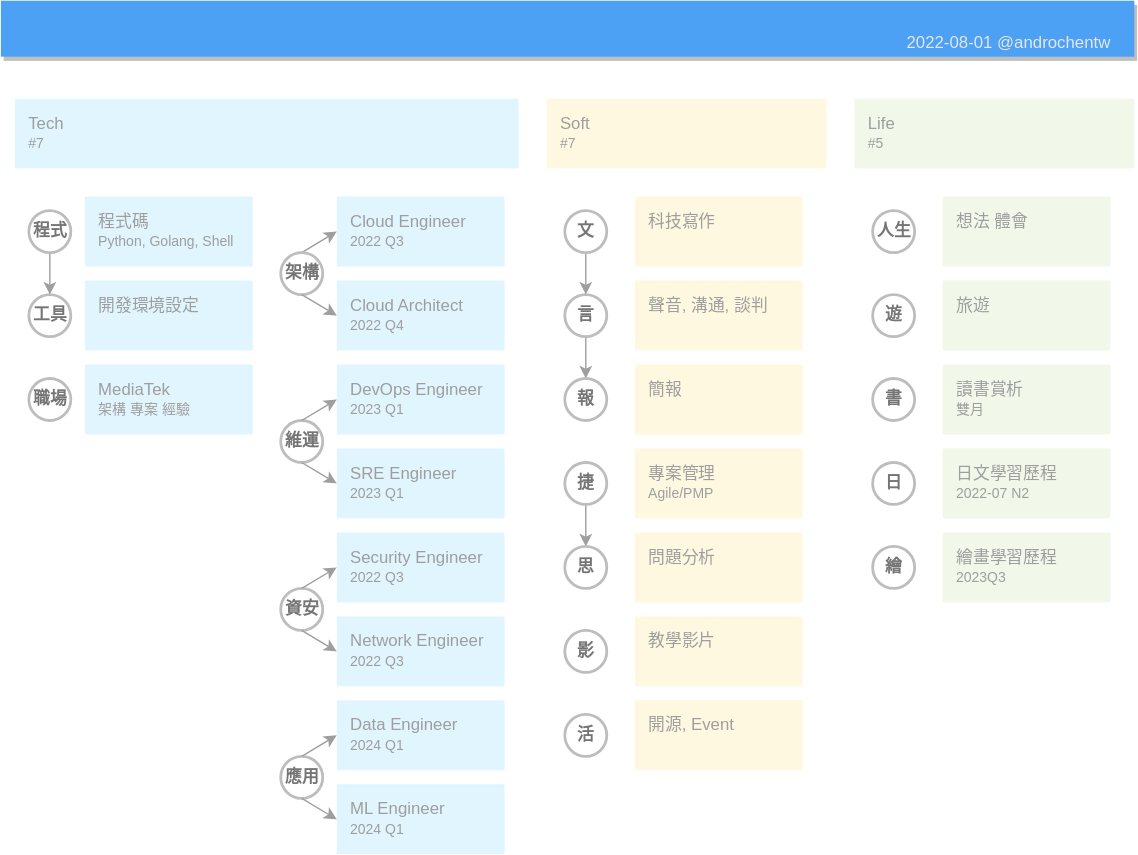
Before: mdp-dataops/2022-08-05-MDP-CICD-Centralized-Utils-Libary.svg, a diagram exported from draw.io (androchentw/diagrams-res). Source tidied: cells renumbered, new cells last; positions are measured from the earlier drawing's top-left corner, leaving out a move shared by most shapes.
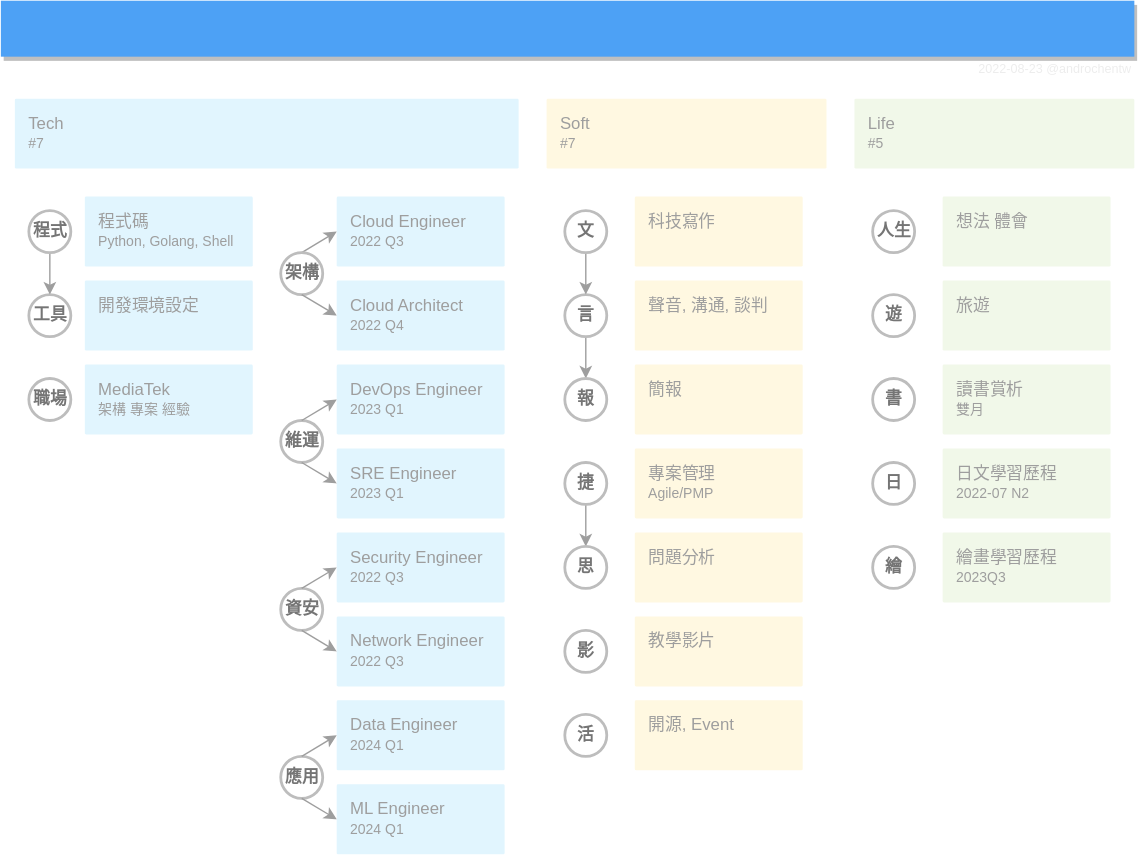
Later version of the same file.

What changed in the source:
```diff
@@ -133,9 +133,6 @@
     <mxCell id="44" value="Life&lt;br&gt;&lt;span style=&quot;font-size: 10px&quot;&gt;#5&lt;/span&gt;" style="rounded=1;absoluteArcSize=1;arcSize=2;html=1;strokeColor=none;gradientColor=none;shadow=0;dashed=0;fontSize=12;fontColor=#9E9E9E;align=left;verticalAlign=top;spacing=10;spacingTop=-4;fillColor=#F1F8E9;" parent="1" vertex="1">
       <mxGeometry x="610" y="70" width="200" height="50" as="geometry" />
     </mxCell>
-    <mxCell id="45" value="2022-08-01 @androchentw" style="text;html=1;align=center;verticalAlign=middle;strokeColor=none;fontColor=#E6E6E6;" parent="1" vertex="1">
-      <mxGeometry x="640" y="20" width="160" height="20" as="geometry" />
-    </mxCell>
     <mxCell id="46" value="日文學習歷程&lt;br&gt;&lt;font style=&quot;font-size: 10px&quot;&gt;2022-07 N2&lt;/font&gt;" style="rounded=1;absoluteArcSize=1;arcSize=2;html=1;strokeColor=none;gradientColor=none;shadow=0;dashed=0;fontSize=12;fontColor=#9E9E9E;align=left;verticalAlign=top;spacing=10;spacingTop=-4;fillColor=#F1F8E9;" parent="1" vertex="1">
       <mxGeometry x="673" y="320" width="120" height="50" as="geometry" />
     </mxCell>
@@ -181,5 +178,8 @@
     <mxCell id="60" style="edgeStyle=none;html=1;exitX=0.5;exitY=0;exitDx=0;exitDy=0;entryX=0;entryY=0.5;entryDx=0;entryDy=0;fontSize=10;strokeColor=#9E9E9E;" parent="1" edge="1" source="16" target="11">
       <mxGeometry relative="1" as="geometry" />
     </mxCell>
+    <mxCell id="61" value="&lt;span style=&quot;font-size: 9px;&quot;&gt;2022-08-23 @androchentw&lt;/span&gt;" style="strokeColor=none;fillColor=none;fontColor=#EDEDED;align=left;html=1;fontStyle=0;spacingLeft=5;fontSize=9;verticalAlign=top;whiteSpace=wrap;spacingRight=5;" parent="1" vertex="1">
+      <mxGeometry x="692" y="37" width="125" height="23" as="geometry" />
+    </mxCell>
   </root>
 </mxGraphModel>
```
